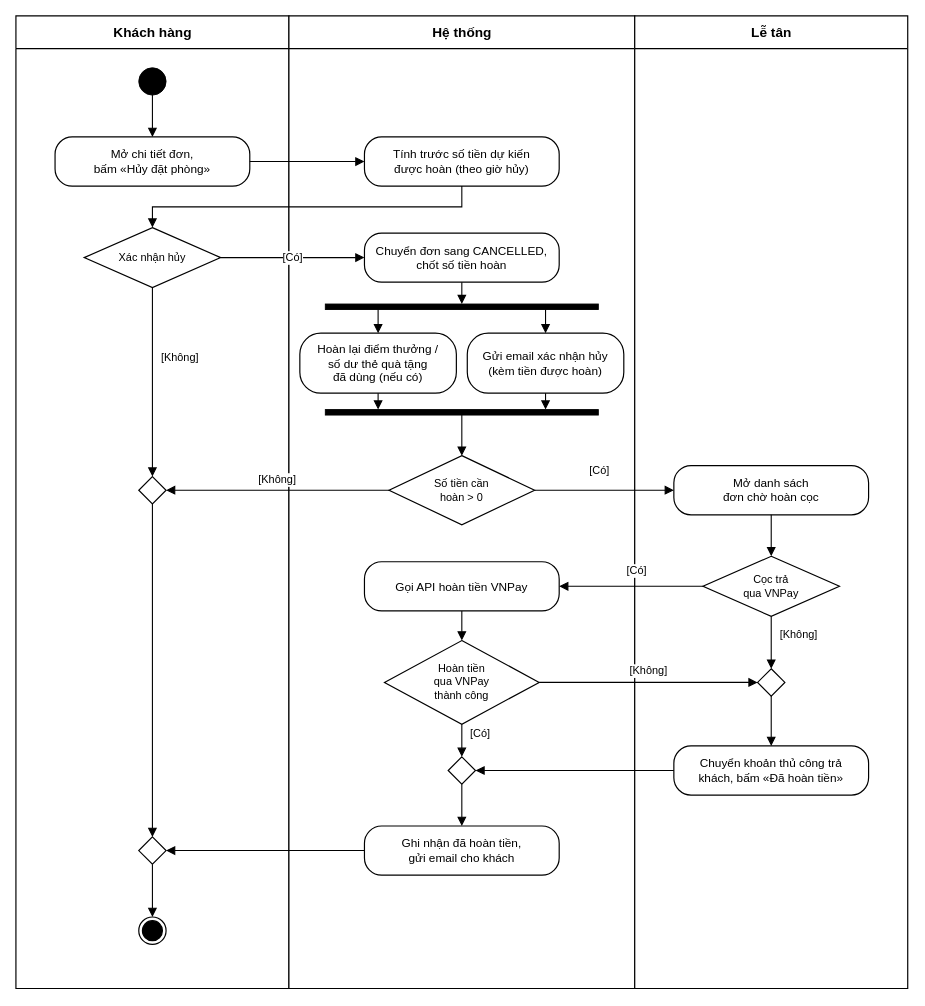
ngynquchn2511/beach-hotel keeps this draw.io diagram as docs/thiet-ke/hd-huy-don-hoan-coc.drawio. Above is the earlier version. Source tidied: cells renumbered, new cells numbered last; positions are measured from the earlier drawing's top-left corner, leaving out a move shared by most shapes. Both pictures are drawn from the tidied source at 91%, with x=0, y=0 at pixel (15, 15).
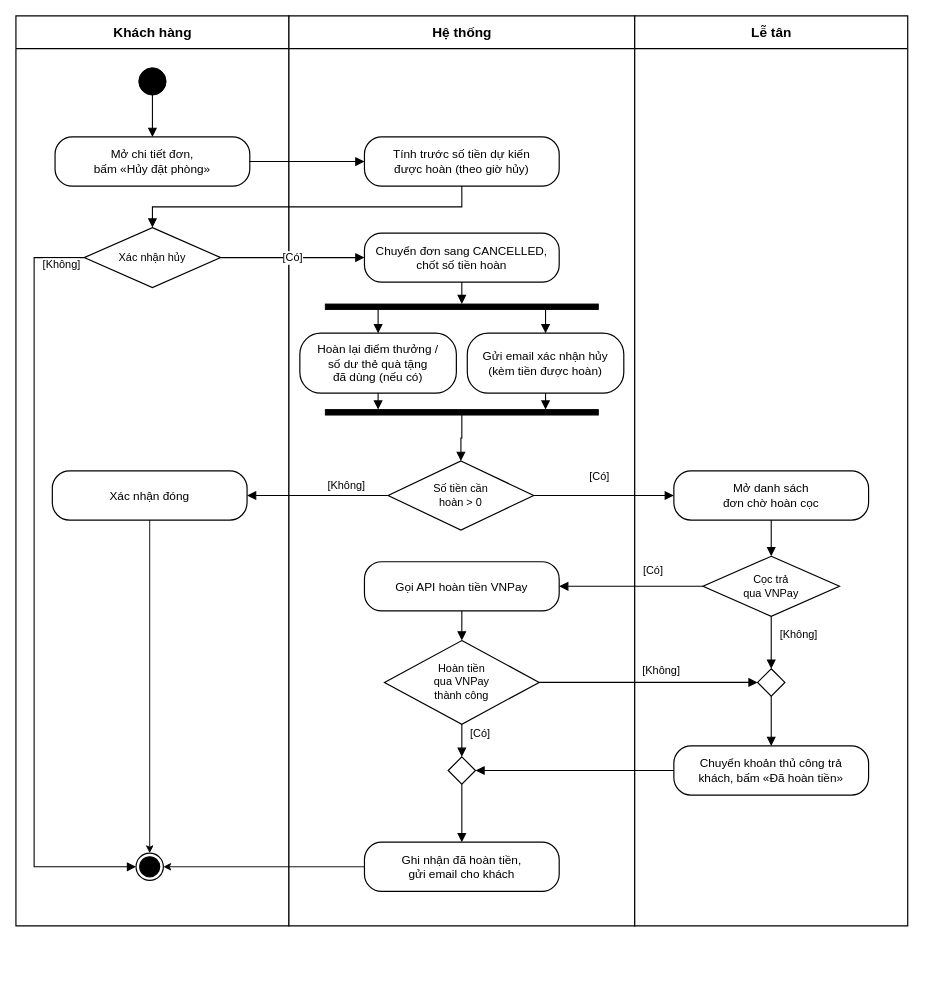
The same diagram, later.

Unchanged cells that the change refers to:
```xml
<mxCell id="8" value="Xác nhận hủy" style="fontFamily=Arial;fontColor=#000000;rhombus;whiteSpace=wrap;html=1;fillColor=#FFFFFF;strokeColor=#000000;strokeWidth=1.3;fontSize=12;" parent="1" vertex="1">
  <mxGeometry x="75" y="232.6" width="150" height="66" as="geometry" />
</mxCell>
<mxCell id="13" value="Cọc trả&lt;br&gt;qua VNPay" style="fontFamily=Arial;fontColor=#000000;rhombus;whiteSpace=wrap;html=1;fillColor=#FFFFFF;strokeColor=#000000;strokeWidth=1.3;fontSize=12;" parent="1" vertex="1">
  <mxGeometry x="755" y="593.8" width="150" height="66" as="geometry" />
</mxCell>
<mxCell id="14" value="Gọi API hoàn tiền VNPay" style="fontFamily=Arial;fontColor=#000000;rounded=1;whiteSpace=wrap;html=1;arcSize=35;fillColor=#FFFFFF;strokeColor=#000000;strokeWidth=1.3;fontSize=13;spacing=6;" parent="1" vertex="1">
  <mxGeometry x="383" y="599.8" width="214" height="54" as="geometry" />
</mxCell>
<mxCell id="15" value="Hoàn tiền&lt;br&gt;qua VNPay&lt;br&gt;thành công" style="fontFamily=Arial;fontColor=#000000;rhombus;whiteSpace=wrap;html=1;fillColor=#FFFFFF;strokeColor=#000000;strokeWidth=1.3;fontSize=12;" parent="1" vertex="1">
  <mxGeometry x="405" y="686.4" width="170" height="92" as="geometry" />
</mxCell>
<mxCell id="16" style="fontFamily=Arial;fontColor=#000000;rhombus;whiteSpace=wrap;html=1;fillColor=#FFFFFF;strokeColor=#000000;strokeWidth=1.3;fontSize=12;" parent="1" vertex="1">
  <mxGeometry x="815" y="717.4" width="30" height="30" as="geometry" />
</mxCell>
```

What changed in the source:
```diff
@@
     <mxCell id="2" value="Khách hàng" style="fontFamily=Arial;fontColor=#000000;swimlane;horizontal=1;startSize=36;html=1;fillColor=#FFFFFF;strokeColor=#000000;strokeWidth=1.3;fontSize=15;fontStyle=1;swimlaneFillColor=#FFFFFF;" parent="1" vertex="1">
-      <mxGeometry width="300" height="1068.8" as="geometry" />
+      <mxGeometry width="300" height="1000" as="geometry" />
     </mxCell>
+    <mxCell id="51" value="Xác nhận đóng" style="fontFamily=Arial;fontColor=#000000;rounded=1;whiteSpace=wrap;html=1;arcSize=35;fillColor=#FFFFFF;strokeColor=#000000;strokeWidth=1.3;fontSize=13;spacing=6;" parent="2" vertex="1">
+      <mxGeometry x="40" y="500" width="214" height="54" as="geometry" />
+    </mxCell>
+    <mxCell id="21" style="ellipse;html=1;shape=endState;fillColor=#000000;strokeColor=#000000;strokeWidth=1.3;" parent="2" vertex="1">
+      <mxGeometry x="132" y="920" width="30" height="30" as="geometry" />
+    </mxCell>
+    <mxCell id="52" style="edgeStyle=orthogonalEdgeStyle;rounded=0;jettySize=auto;html=1;exitX=0.5;exitY=1;exitDx=0;exitDy=0;entryX=0.5;entryY=0;entryDx=0;entryDy=0;defaultLabelBackgroundColor=page;" parent="2" edge="1" source="51" target="21">
+      <mxGeometry relative="1" as="geometry" />
+    </mxCell>
     <mxCell id="3" value="Hệ thống" style="fontFamily=Arial;fontColor=#000000;swimlane;horizontal=1;startSize=36;html=1;fillColor=#FFFFFF;strokeColor=#000000;strokeWidth=1.3;fontSize=15;fontStyle=1;swimlaneFillColor=#FFFFFF;" parent="1" vertex="1">
-      <mxGeometry x="300" width="380" height="1068.8" as="geometry" />
+      <mxGeometry x="300" width="380" height="1000" as="geometry" />
     </mxCell>
+    <mxCell id="10" value="Số tiền cần&lt;br&gt;hoàn &amp;gt; 0" style="fontFamily=Arial;fontColor=#000000;rhombus;whiteSpace=wrap;html=1;fillColor=#FFFFFF;strokeColor=#000000;strokeWidth=1.3;fontSize=12;" parent="3" vertex="1">
+      <mxGeometry x="109" y="489" width="160" height="76" as="geometry" />
+    </mxCell>
+    <mxCell id="19" value="Ghi nhận đã hoàn tiền,&lt;br&gt;gửi email cho khách" style="fontFamily=Arial;fontColor=#000000;rounded=1;whiteSpace=wrap;html=1;arcSize=35;fillColor=#FFFFFF;strokeColor=#000000;strokeWidth=1.3;fontSize=13;spacing=6;" parent="3" vertex="1">
+      <mxGeometry x="83" y="908" width="214" height="54" as="geometry" />
+    </mxCell>
     <mxCell id="4" value="Lễ tân" style="fontFamily=Arial;fontColor=#000000;swimlane;horizontal=1;startSize=36;html=1;fillColor=#FFFFFF;strokeColor=#000000;strokeWidth=1.3;fontSize=15;fontStyle=1;swimlaneFillColor=#FFFFFF;" parent="1" vertex="1">
-      <mxGeometry x="680" width="300" height="1068.8" as="geometry" />
+      <mxGeometry x="680" width="300" height="1000" as="geometry" />
     </mxCell>
+    <mxCell id="12" value="Mở danh sách&lt;br&gt;đơn chờ hoàn cọc" style="fontFamily=Arial;fontColor=#000000;rounded=1;whiteSpace=wrap;html=1;arcSize=35;fillColor=#FFFFFF;strokeColor=#000000;strokeWidth=1.3;fontSize=13;spacing=6;" parent="4" vertex="1">
+      <mxGeometry x="43" y="500" width="214" height="54" as="geometry" />
+    </mxCell>
@@
-    <mxCell id="10" value="Số tiền cần&lt;br&gt;hoàn &amp;gt; 0" style="fontFamily=Arial;fontColor=#000000;rhombus;whiteSpace=wrap;html=1;fillColor=#FFFFFF;strokeColor=#000000;strokeWidth=1.3;fontSize=12;" parent="1" vertex="1">
-      <mxGeometry x="410" y="483.2" width="160" height="76" as="geometry" />
-    </mxCell>
-    <mxCell id="11" style="fontFamily=Arial;fontColor=#000000;rhombus;whiteSpace=wrap;html=1;fillColor=#FFFFFF;strokeColor=#000000;strokeWidth=1.3;fontSize=12;" parent="1" vertex="1">
-      <mxGeometry x="135" y="506.2" width="30" height="30" as="geometry" />
-    </mxCell>
-    <mxCell id="12" value="Mở danh sách&lt;br&gt;đơn chờ hoàn cọc" style="fontFamily=Arial;fontColor=#000000;rounded=1;whiteSpace=wrap;html=1;arcSize=35;fillColor=#FFFFFF;strokeColor=#000000;strokeWidth=1.3;fontSize=13;spacing=6;" parent="1" vertex="1">
-      <mxGeometry x="723" y="494.2" width="214" height="54" as="geometry" />
-    </mxCell>
@@
-    <mxCell id="19" value="Ghi nhận đã hoàn tiền,&lt;br&gt;gửi email cho khách" style="fontFamily=Arial;fontColor=#000000;rounded=1;whiteSpace=wrap;html=1;arcSize=35;fillColor=#FFFFFF;strokeColor=#000000;strokeWidth=1.3;fontSize=13;spacing=6;" parent="1" vertex="1">
-      <mxGeometry x="383" y="890.2" width="214" height="54" as="geometry" />
-    </mxCell>
-    <mxCell id="20" style="fontFamily=Arial;fontColor=#000000;rhombus;whiteSpace=wrap;html=1;fillColor=#FFFFFF;strokeColor=#000000;strokeWidth=1.3;fontSize=12;" parent="1" vertex="1">
-      <mxGeometry x="135" y="902.2" width="30" height="30" as="geometry" />
-    </mxCell>
-    <mxCell id="21" style="ellipse;html=1;shape=endState;fillColor=#000000;strokeColor=#000000;strokeWidth=1.3;" parent="1" vertex="1">
-      <mxGeometry x="135" y="990.2" width="30" height="30" as="geometry" />
-    </mxCell>
@@
-    <mxCell id="26" value="[Không]" style="fontFamily=Arial;fontColor=#000000;edgeStyle=orthogonalEdgeStyle;rounded=0;html=1;endArrow=block;endFill=1;endSize=7;strokeColor=#000000;strokeWidth=1.2;fontSize=12;labelBackgroundColor=#FFFFFF;exitX=0.5;exitY=1;exitDx=0;exitDy=0;entryX=0.5;entryY=0;entryDx=0;entryDy=0;" parent="1" edge="1" source="8" target="11">
-      <mxGeometry x="-0.26" y="30" relative="1" as="geometry" />
+    <mxCell id="26" value="[Không]" style="fontFamily=Arial;fontColor=#000000;edgeStyle=orthogonalEdgeStyle;rounded=0;html=1;endArrow=block;endFill=1;endSize=7;strokeColor=#000000;strokeWidth=1.2;fontSize=12;labelBackgroundColor=#FFFFFF;exitX=0;exitY=0.5;exitDx=0;exitDy=0;entryX=0;entryY=0.5;entryDx=0;entryDy=0;" parent="1" edge="1" source="8" target="21">
+      <mxGeometry x="-0.85" y="30" relative="1" as="geometry">
+        <Array as="points">
+          <mxPoint x="20" y="265.6" />
+          <mxPoint x="20" y="935" />
+        </Array>
+      </mxGeometry>
     </mxCell>
@@
-    <mxCell id="28" value="[Không]" style="fontFamily=Arial;fontColor=#000000;edgeStyle=orthogonalEdgeStyle;rounded=0;html=1;endArrow=block;endFill=1;endSize=7;strokeColor=#000000;strokeWidth=1.2;fontSize=12;labelBackgroundColor=#FFFFFF;exitX=0;exitY=0.5;exitDx=0;exitDy=0;entryX=1;entryY=0.5;entryDx=0;entryDy=0;" parent="1" edge="1" source="10" target="11">
-      <mxGeometry y="-11" relative="1" as="geometry" />
+    <mxCell id="28" value="[Không]" style="fontFamily=Arial;fontColor=#000000;edgeStyle=orthogonalEdgeStyle;rounded=0;html=1;endArrow=block;endFill=1;endSize=7;strokeColor=#000000;strokeWidth=1.2;fontSize=12;labelBackgroundColor=#FFFFFF;exitX=0;exitY=0.5;exitDx=0;exitDy=0;entryX=1;entryY=0.5;entryDx=0;entryDy=0;" parent="1" edge="1" source="10" target="51">
+      <mxGeometry x="-0.41" y="-11" relative="1" as="geometry" />
     </mxCell>
-    <mxCell id="29" style="fontFamily=Arial;fontColor=#000000;edgeStyle=orthogonalEdgeStyle;rounded=0;html=1;endArrow=block;endFill=1;endSize=7;strokeColor=#000000;strokeWidth=1.2;fontSize=12;labelBackgroundColor=#FFFFFF;exitX=0.5;exitY=1;exitDx=0;exitDy=0;entryX=0.5;entryY=0;entryDx=0;entryDy=0;" parent="1" edge="1" source="11" target="20">
-      <mxGeometry relative="1" as="geometry" />
-    </mxCell>
@@
     <mxCell id="31" value="[Có]" style="fontFamily=Arial;fontColor=#000000;edgeStyle=orthogonalEdgeStyle;rounded=0;html=1;endArrow=block;endFill=1;endSize=7;strokeColor=#000000;strokeWidth=1.2;fontSize=12;labelBackgroundColor=#FFFFFF;exitX=0;exitY=0.5;exitDx=0;exitDy=0;entryX=1;entryY=0.5;entryDx=0;entryDy=0;" parent="1" edge="1" source="13" target="14">
-      <mxGeometry x="-0.07" y="-17" relative="1" as="geometry" />
+      <mxGeometry x="-0.3" y="-17" relative="1" as="geometry" />
     </mxCell>
@@
     <mxCell id="34" value="[Không]" style="fontFamily=Arial;fontColor=#000000;edgeStyle=orthogonalEdgeStyle;rounded=0;html=1;endArrow=block;endFill=1;endSize=7;strokeColor=#000000;strokeWidth=1.2;fontSize=12;labelBackgroundColor=#FFFFFF;exitX=1;exitY=0.5;exitDx=0;exitDy=0;entryX=0;entryY=0.5;entryDx=0;entryDy=0;" parent="1" edge="1" source="15" target="16">
-      <mxGeometry y="12" relative="1" as="geometry" />
+      <mxGeometry x="0.12" y="12" relative="1" as="geometry" />
     </mxCell>
@@
-    <mxCell id="39" style="fontFamily=Arial;fontColor=#000000;edgeStyle=orthogonalEdgeStyle;rounded=0;html=1;endArrow=block;endFill=1;endSize=7;strokeColor=#000000;strokeWidth=1.2;fontSize=12;labelBackgroundColor=#FFFFFF;exitX=0;exitY=0.5;exitDx=0;exitDy=0;entryX=1;entryY=0.5;entryDx=0;entryDy=0;" parent="1" edge="1" source="19" target="20">
-      <mxGeometry relative="1" as="geometry" />
-    </mxCell>
-    <mxCell id="40" style="fontFamily=Arial;fontColor=#000000;edgeStyle=orthogonalEdgeStyle;rounded=0;html=1;endArrow=block;endFill=1;endSize=7;strokeColor=#000000;strokeWidth=1.2;fontSize=12;labelBackgroundColor=#FFFFFF;exitX=0.5;exitY=1;exitDx=0;exitDy=0;entryX=0.5;entryY=0;entryDx=0;entryDy=0;" parent="1" edge="1" source="20" target="21">
-      <mxGeometry relative="1" as="geometry" />
-    </mxCell>
@@
+    <mxCell id="53" style="edgeStyle=orthogonalEdgeStyle;rounded=0;jettySize=auto;html=1;exitX=0;exitY=0.5;exitDx=0;exitDy=0;entryX=1;entryY=0.5;entryDx=0;entryDy=0;defaultLabelBackgroundColor=page;" parent="1" edge="1" source="19" target="21">
+      <mxGeometry relative="1" as="geometry" />
+    </mxCell>
```
